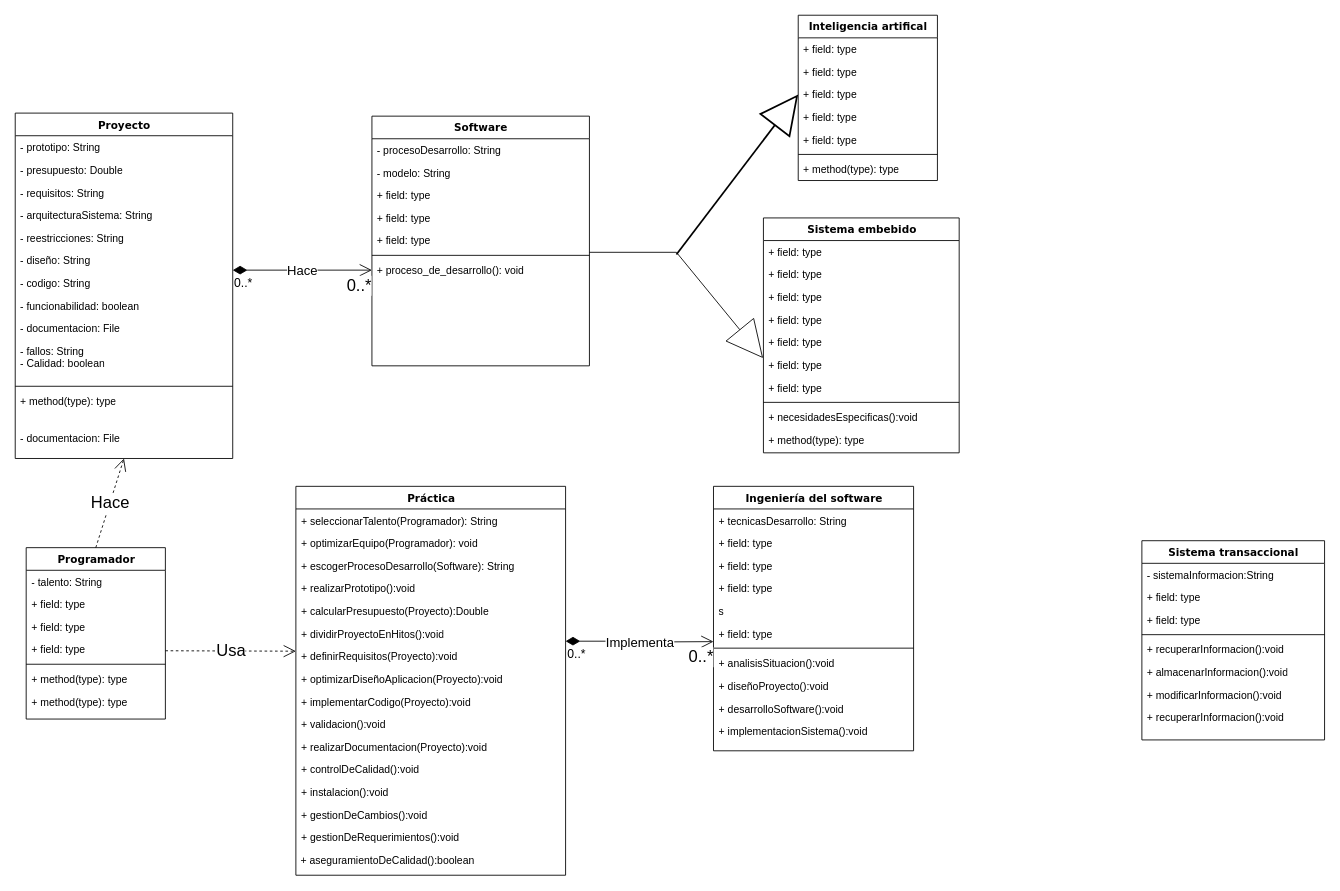
This is Untitled Diagram.drawio from NeutronBlast/IS-Ex, a draw.io file, before an edit. Source tidied: cells renumbered, new cells numbered last; positions are measured from the earlier drawing's top-left corner, leaving out a move shared by most shapes. Both pictures are drawn from the tidied source at 87%, with x=0, y=0 at pixel (15, 15).
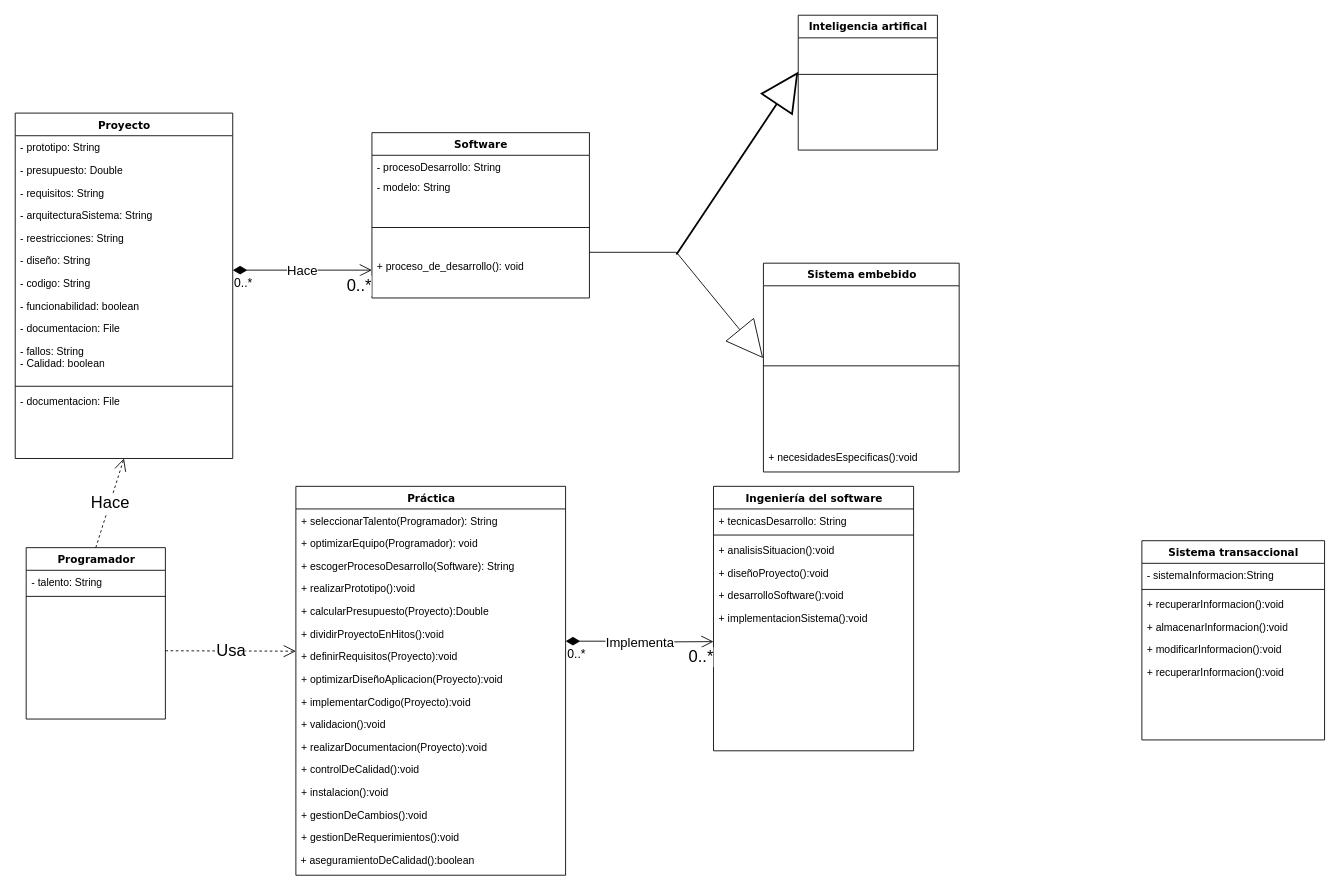
The same page after the edit.

Unchanged cells that the change refers to:
```xml
<mxCell id="27" value="Programador" style="swimlane;html=1;fontStyle=1;align=center;verticalAlign=top;horizontal=1;startSize=26;swimlaneFillColor=#ffffff;rounded=0;shadow=0;comic=0;labelBackgroundColor=none;strokeColor=#000000;strokeWidth=1;fillColor=none;fontFamily=Verdana;fontSize=12;fontColor=#000000;" parent="1" vertex="1">
  <mxGeometry x="12.6" y="612" width="160" height="197" as="geometry" />
</mxCell>
<mxCell id="35" value="Proyecto" style="swimlane;html=1;fontStyle=1;align=center;verticalAlign=top;horizontal=1;startSize=26;swimlaneFillColor=#ffffff;rounded=0;shadow=0;comic=0;labelBackgroundColor=none;strokeColor=#000000;strokeWidth=1;fillColor=none;fontFamily=Verdana;fontSize=12;fontColor=#000000;" parent="1" vertex="1">
  <mxGeometry y="112.5" width="250" height="397" as="geometry" />
</mxCell>
<mxCell id="49" value="Ingeniería del software" style="swimlane;html=1;fontStyle=1;align=center;verticalAlign=top;horizontal=1;startSize=26;swimlaneFillColor=#ffffff;rounded=0;shadow=0;comic=0;labelBackgroundColor=none;strokeColor=#000000;strokeWidth=1;fillColor=none;fontFamily=Verdana;fontSize=12;fontColor=#000000;" parent="1" vertex="1">
  <mxGeometry x="802.6" y="541.5" width="230" height="304" as="geometry" />
</mxCell>
<mxCell id="80" value="Sistema transaccional" style="swimlane;html=1;fontStyle=1;align=center;verticalAlign=top;horizontal=1;startSize=26;swimlaneFillColor=#ffffff;rounded=0;shadow=0;comic=0;labelBackgroundColor=none;strokeColor=#000000;strokeWidth=1;fillColor=none;fontFamily=Verdana;fontSize=12;fontColor=#000000;" parent="1" vertex="1">
  <mxGeometry x="1295" y="604" width="210" height="229" as="geometry" />
</mxCell>
```

The edit, as a diff of the source:
```diff
@@
     <mxCell id="2" value="Software&lt;br&gt;&lt;br&gt;" style="swimlane;html=1;fontStyle=1;align=center;verticalAlign=top;horizontal=1;startSize=26;swimlaneFillColor=#ffffff;rounded=0;shadow=0;comic=0;labelBackgroundColor=none;strokeColor=#000000;strokeWidth=1;fillColor=none;fontFamily=Verdana;fontSize=12;fontColor=#000000;" parent="1" vertex="1">
-      <mxGeometry x="410" y="116" width="250" height="287" as="geometry" />
+      <mxGeometry x="410" y="135" width="250" height="190" as="geometry" />
     </mxCell>
     <mxCell id="3" value="- procesoDesarrollo: String" style="text;html=1;strokeColor=none;fillColor=none;align=left;verticalAlign=top;spacingLeft=4;spacingRight=4;whiteSpace=wrap;overflow=hidden;" parent="2" vertex="1">
-      <mxGeometry y="26" width="250" height="26" as="geometry" />
+      <mxGeometry y="26" width="250" height="24" as="geometry" />
     </mxCell>
     <mxCell id="4" value="- modelo: String" style="text;html=1;strokeColor=none;fillColor=none;align=left;verticalAlign=top;spacingLeft=4;spacingRight=4;whiteSpace=wrap;overflow=hidden;" parent="2" vertex="1">
-      <mxGeometry y="52" width="250" height="26" as="geometry" />
+      <mxGeometry y="50" width="250" height="28" as="geometry" />
     </mxCell>
-    <mxCell id="5" value="+ field: type" style="text;html=1;strokeColor=none;fillColor=none;align=left;verticalAlign=top;spacingLeft=4;spacingRight=4;whiteSpace=wrap;overflow=hidden;" parent="2" vertex="1">
-      <mxGeometry y="78" width="250" height="26" as="geometry" />
-    </mxCell>
-    <mxCell id="6" value="+ field: type" style="text;html=1;strokeColor=none;fillColor=none;align=left;verticalAlign=top;spacingLeft=4;spacingRight=4;whiteSpace=wrap;overflow=hidden;" parent="2" vertex="1">
-      <mxGeometry y="104" width="250" height="26" as="geometry" />
-    </mxCell>
-    <mxCell id="7" value="+ field: type" style="text;html=1;strokeColor=none;fillColor=none;align=left;verticalAlign=top;spacingLeft=4;spacingRight=4;whiteSpace=wrap;overflow=hidden;" parent="2" vertex="1">
-      <mxGeometry y="130" width="250" height="26" as="geometry" />
-    </mxCell>
     <mxCell id="8" style="line;html=1;strokeWidth=1;fillColor=none;align=left;verticalAlign=middle;spacingTop=-1;spacingLeft=3;spacingRight=3;labelPosition=right;" parent="2" vertex="1">
-      <mxGeometry y="156" width="250" height="8" as="geometry" />
+      <mxGeometry y="78" width="250" height="62" as="geometry" />
     </mxCell>
     <mxCell id="9" value="+ proceso_de_desarrollo(): void&lt;br&gt;" style="text;html=1;strokeColor=none;fillColor=none;align=left;verticalAlign=top;spacingLeft=4;spacingRight=4;whiteSpace=wrap;overflow=hidden;" parent="2" vertex="1">
-      <mxGeometry y="164" width="250" height="26" as="geometry" />
+      <mxGeometry y="140" width="250" height="20" as="geometry" />
     </mxCell>
@@
-    <mxCell id="29" value="+ field: type" style="text;html=1;strokeColor=none;fillColor=none;align=left;verticalAlign=top;spacingLeft=4;spacingRight=4;whiteSpace=wrap;overflow=hidden;" parent="27" vertex="1">
-      <mxGeometry y="52" width="160" height="26" as="geometry" />
-    </mxCell>
-    <mxCell id="30" value="+ field: type" style="text;html=1;strokeColor=none;fillColor=none;align=left;verticalAlign=top;spacingLeft=4;spacingRight=4;whiteSpace=wrap;overflow=hidden;" parent="27" vertex="1">
-      <mxGeometry y="78" width="160" height="26" as="geometry" />
-    </mxCell>
-    <mxCell id="31" value="+ field: type" style="text;html=1;strokeColor=none;fillColor=none;align=left;verticalAlign=top;spacingLeft=4;spacingRight=4;whiteSpace=wrap;overflow=hidden;" parent="27" vertex="1">
-      <mxGeometry y="104" width="160" height="26" as="geometry" />
-    </mxCell>
     <mxCell id="32" style="line;html=1;strokeWidth=1;fillColor=none;align=left;verticalAlign=middle;spacingTop=-1;spacingLeft=3;spacingRight=3;labelPosition=right;" parent="27" vertex="1">
-      <mxGeometry y="130" width="160" height="8" as="geometry" />
+      <mxGeometry y="52" width="160" height="8" as="geometry" />
     </mxCell>
-    <mxCell id="33" value="+ method(type): type" style="text;html=1;strokeColor=none;fillColor=none;align=left;verticalAlign=top;spacingLeft=4;spacingRight=4;whiteSpace=wrap;overflow=hidden;" parent="27" vertex="1">
-      <mxGeometry y="138" width="160" height="26" as="geometry" />
-    </mxCell>
-    <mxCell id="34" value="+ method(type): type" style="text;html=1;strokeColor=none;fillColor=none;align=left;verticalAlign=top;spacingLeft=4;spacingRight=4;whiteSpace=wrap;overflow=hidden;" parent="27" vertex="1">
-      <mxGeometry y="164" width="160" height="26" as="geometry" />
-    </mxCell>
@@
-    <mxCell id="47" value="+ method(type): type" style="text;html=1;strokeColor=none;fillColor=none;align=left;verticalAlign=top;spacingLeft=4;spacingRight=4;whiteSpace=wrap;overflow=hidden;" parent="35" vertex="1">
-      <mxGeometry y="318" width="250" height="42" as="geometry" />
-    </mxCell>
     <mxCell id="48" value="- documentacion: File" style="text;html=1;strokeColor=none;fillColor=none;align=left;verticalAlign=top;spacingLeft=4;spacingRight=4;whiteSpace=wrap;overflow=hidden;" parent="35" vertex="1">
-      <mxGeometry y="360" width="250" height="26" as="geometry" />
+      <mxGeometry y="318" width="250" height="26" as="geometry" />
     </mxCell>
@@
-    <mxCell id="51" value="+ field: type" style="text;html=1;strokeColor=none;fillColor=none;align=left;verticalAlign=top;spacingLeft=4;spacingRight=4;whiteSpace=wrap;overflow=hidden;" parent="49" vertex="1">
-      <mxGeometry y="52" width="230" height="26" as="geometry" />
-    </mxCell>
-    <mxCell id="52" value="+ field: type" style="text;html=1;strokeColor=none;fillColor=none;align=left;verticalAlign=top;spacingLeft=4;spacingRight=4;whiteSpace=wrap;overflow=hidden;" parent="49" vertex="1">
-      <mxGeometry y="78" width="230" height="26" as="geometry" />
-    </mxCell>
-    <mxCell id="53" value="+ field: type" style="text;html=1;strokeColor=none;fillColor=none;align=left;verticalAlign=top;spacingLeft=4;spacingRight=4;whiteSpace=wrap;overflow=hidden;" parent="49" vertex="1">
-      <mxGeometry y="104" width="230" height="26" as="geometry" />
-    </mxCell>
-    <mxCell id="54" value="s&lt;br&gt;" style="text;html=1;strokeColor=none;fillColor=none;align=left;verticalAlign=top;spacingLeft=4;spacingRight=4;whiteSpace=wrap;overflow=hidden;" parent="49" vertex="1">
-      <mxGeometry y="130" width="230" height="26" as="geometry" />
-    </mxCell>
-    <mxCell id="55" value="+ field: type" style="text;html=1;strokeColor=none;fillColor=none;align=left;verticalAlign=top;spacingLeft=4;spacingRight=4;whiteSpace=wrap;overflow=hidden;" parent="49" vertex="1">
-      <mxGeometry y="156" width="230" height="26" as="geometry" />
-    </mxCell>
     <mxCell id="56" style="line;html=1;strokeWidth=1;fillColor=none;align=left;verticalAlign=middle;spacingTop=-1;spacingLeft=3;spacingRight=3;labelPosition=right;" parent="49" vertex="1">
-      <mxGeometry y="182" width="230" height="8" as="geometry" />
+      <mxGeometry y="52" width="230" height="8" as="geometry" />
     </mxCell>
     <mxCell id="57" value="+ analisisSituacion():void" style="text;html=1;strokeColor=none;fillColor=none;align=left;verticalAlign=top;spacingLeft=4;spacingRight=4;whiteSpace=wrap;overflow=hidden;" parent="49" vertex="1">
-      <mxGeometry y="190" width="230" height="26" as="geometry" />
+      <mxGeometry y="60" width="230" height="26" as="geometry" />
     </mxCell>
     <mxCell id="58" value="+ diseñoProyecto():void" style="text;html=1;strokeColor=none;fillColor=none;align=left;verticalAlign=top;spacingLeft=4;spacingRight=4;whiteSpace=wrap;overflow=hidden;" parent="49" vertex="1">
-      <mxGeometry y="216" width="230" height="26" as="geometry" />
+      <mxGeometry y="86" width="230" height="26" as="geometry" />
     </mxCell>
     <mxCell id="59" value="+ desarrolloSoftware():void" style="text;html=1;strokeColor=none;fillColor=none;align=left;verticalAlign=top;spacingLeft=4;spacingRight=4;whiteSpace=wrap;overflow=hidden;" parent="49" vertex="1">
-      <mxGeometry y="242" width="230" height="26" as="geometry" />
+      <mxGeometry y="112" width="230" height="26" as="geometry" />
     </mxCell>
     <mxCell id="60" value="+ implementacionSistema():void" style="text;html=1;strokeColor=none;fillColor=none;align=left;verticalAlign=top;spacingLeft=4;spacingRight=4;whiteSpace=wrap;overflow=hidden;" parent="49" vertex="1">
-      <mxGeometry y="268" width="230" height="26" as="geometry" />
+      <mxGeometry y="138" width="230" height="26" as="geometry" />
     </mxCell>
     <mxCell id="61" value="Sistema embebido" style="swimlane;html=1;fontStyle=1;align=center;verticalAlign=top;horizontal=1;startSize=26;swimlaneFillColor=#ffffff;rounded=0;shadow=0;comic=0;labelBackgroundColor=none;strokeColor=#000000;strokeWidth=1;fillColor=none;fontFamily=Verdana;fontSize=12;fontColor=#000000;" parent="1" vertex="1">
-      <mxGeometry x="860" y="233" width="225" height="270" as="geometry" />
+      <mxGeometry x="860" y="285" width="225" height="240" as="geometry" />
     </mxCell>
-    <mxCell id="62" value="+ field: type" style="text;html=1;strokeColor=none;fillColor=none;align=left;verticalAlign=top;spacingLeft=4;spacingRight=4;whiteSpace=wrap;overflow=hidden;" parent="61" vertex="1">
-      <mxGeometry y="26" width="225" height="26" as="geometry" />
-    </mxCell>
-    <mxCell id="63" value="+ field: type" style="text;html=1;strokeColor=none;fillColor=none;align=left;verticalAlign=top;spacingLeft=4;spacingRight=4;whiteSpace=wrap;overflow=hidden;" parent="61" vertex="1">
-      <mxGeometry y="52" width="225" height="26" as="geometry" />
-    </mxCell>
-    <mxCell id="64" value="+ field: type" style="text;html=1;strokeColor=none;fillColor=none;align=left;verticalAlign=top;spacingLeft=4;spacingRight=4;whiteSpace=wrap;overflow=hidden;" parent="61" vertex="1">
-      <mxGeometry y="78" width="225" height="26" as="geometry" />
-    </mxCell>
-    <mxCell id="65" value="+ field: type" style="text;html=1;strokeColor=none;fillColor=none;align=left;verticalAlign=top;spacingLeft=4;spacingRight=4;whiteSpace=wrap;overflow=hidden;" parent="61" vertex="1">
-      <mxGeometry y="104" width="225" height="26" as="geometry" />
-    </mxCell>
-    <mxCell id="66" value="+ field: type" style="text;html=1;strokeColor=none;fillColor=none;align=left;verticalAlign=top;spacingLeft=4;spacingRight=4;whiteSpace=wrap;overflow=hidden;" parent="61" vertex="1">
-      <mxGeometry y="130" width="225" height="26" as="geometry" />
-    </mxCell>
-    <mxCell id="67" value="+ field: type" style="text;html=1;strokeColor=none;fillColor=none;align=left;verticalAlign=top;spacingLeft=4;spacingRight=4;whiteSpace=wrap;overflow=hidden;" parent="61" vertex="1">
-      <mxGeometry y="156" width="225" height="26" as="geometry" />
-    </mxCell>
-    <mxCell id="68" value="+ field: type" style="text;html=1;strokeColor=none;fillColor=none;align=left;verticalAlign=top;spacingLeft=4;spacingRight=4;whiteSpace=wrap;overflow=hidden;" parent="61" vertex="1">
-      <mxGeometry y="182" width="225" height="26" as="geometry" />
-    </mxCell>
     <mxCell id="69" style="line;html=1;strokeWidth=1;fillColor=none;align=left;verticalAlign=middle;spacingTop=-1;spacingLeft=3;spacingRight=3;labelPosition=right;" parent="61" vertex="1">
-      <mxGeometry y="208" width="225" height="8" as="geometry" />
+      <mxGeometry y="26" width="225" height="184" as="geometry" />
     </mxCell>
     <mxCell id="70" value="+ necesidadesEspecificas():void" style="text;html=1;strokeColor=none;fillColor=none;align=left;verticalAlign=top;spacingLeft=4;spacingRight=4;whiteSpace=wrap;overflow=hidden;" parent="61" vertex="1">
-      <mxGeometry y="216" width="225" height="26" as="geometry" />
+      <mxGeometry y="210" width="225" height="30" as="geometry" />
     </mxCell>
-    <mxCell id="71" value="+ method(type): type" style="text;html=1;strokeColor=none;fillColor=none;align=left;verticalAlign=top;spacingLeft=4;spacingRight=4;whiteSpace=wrap;overflow=hidden;" parent="61" vertex="1">
-      <mxGeometry y="242" width="225" height="26" as="geometry" />
-    </mxCell>
     <mxCell id="72" value="Inteligencia artifical" style="swimlane;html=1;fontStyle=1;align=center;verticalAlign=top;horizontal=1;startSize=26;swimlaneFillColor=#ffffff;rounded=0;shadow=0;comic=0;labelBackgroundColor=none;strokeColor=#000000;strokeWidth=1;fillColor=none;fontFamily=Verdana;fontSize=12;fontColor=#000000;" parent="1" vertex="1">
-      <mxGeometry x="900" width="160" height="190" as="geometry" />
+      <mxGeometry x="900" width="160" height="155" as="geometry" />
     </mxCell>
-    <mxCell id="73" value="+ field: type" style="text;html=1;strokeColor=none;fillColor=none;align=left;verticalAlign=top;spacingLeft=4;spacingRight=4;whiteSpace=wrap;overflow=hidden;" parent="72" vertex="1">
-      <mxGeometry y="26" width="160" height="26" as="geometry" />
-    </mxCell>
-    <mxCell id="74" value="+ field: type" style="text;html=1;strokeColor=none;fillColor=none;align=left;verticalAlign=top;spacingLeft=4;spacingRight=4;whiteSpace=wrap;overflow=hidden;" parent="72" vertex="1">
-      <mxGeometry y="52" width="160" height="26" as="geometry" />
-    </mxCell>
-    <mxCell id="75" value="+ field: type" style="text;html=1;strokeColor=none;fillColor=none;align=left;verticalAlign=top;spacingLeft=4;spacingRight=4;whiteSpace=wrap;overflow=hidden;points=[[0,0.5],[1,0.5]];portConstraint=eastwest;" parent="72" vertex="1">
-      <mxGeometry y="78" width="160" height="26" as="geometry" />
-    </mxCell>
-    <mxCell id="76" value="+ field: type" style="text;html=1;strokeColor=none;fillColor=none;align=left;verticalAlign=top;spacingLeft=4;spacingRight=4;whiteSpace=wrap;overflow=hidden;" parent="72" vertex="1">
-      <mxGeometry y="104" width="160" height="26" as="geometry" />
-    </mxCell>
-    <mxCell id="77" value="+ field: type" style="text;html=1;strokeColor=none;fillColor=none;align=left;verticalAlign=top;spacingLeft=4;spacingRight=4;whiteSpace=wrap;overflow=hidden;" parent="72" vertex="1">
-      <mxGeometry y="130" width="160" height="26" as="geometry" />
-    </mxCell>
     <mxCell id="78" style="line;html=1;strokeWidth=1;fillColor=none;align=left;verticalAlign=middle;spacingTop=-1;spacingLeft=3;spacingRight=3;labelPosition=right;" parent="72" vertex="1">
-      <mxGeometry y="156" width="160" height="8" as="geometry" />
+      <mxGeometry y="26" width="160" height="84" as="geometry" />
     </mxCell>
-    <mxCell id="79" value="+ method(type): type" style="text;html=1;strokeColor=none;fillColor=none;align=left;verticalAlign=top;spacingLeft=4;spacingRight=4;whiteSpace=wrap;overflow=hidden;" parent="72" vertex="1">
-      <mxGeometry y="164" width="160" height="26" as="geometry" />
-    </mxCell>
@@
-    <mxCell id="82" value="+ field: type" style="text;html=1;strokeColor=none;fillColor=none;align=left;verticalAlign=top;spacingLeft=4;spacingRight=4;whiteSpace=wrap;overflow=hidden;" parent="80" vertex="1">
-      <mxGeometry y="52" width="210" height="26" as="geometry" />
-    </mxCell>
-    <mxCell id="83" value="+ field: type" style="text;html=1;strokeColor=none;fillColor=none;align=left;verticalAlign=top;spacingLeft=4;spacingRight=4;whiteSpace=wrap;overflow=hidden;" parent="80" vertex="1">
-      <mxGeometry y="78" width="210" height="26" as="geometry" />
-    </mxCell>
     <mxCell id="84" style="line;html=1;strokeWidth=1;fillColor=none;align=left;verticalAlign=middle;spacingTop=-1;spacingLeft=3;spacingRight=3;labelPosition=right;" parent="80" vertex="1">
-      <mxGeometry y="104" width="210" height="8" as="geometry" />
+      <mxGeometry y="52" width="210" height="8" as="geometry" />
     </mxCell>
     <mxCell id="85" value="+ recuperarInformacion():void" style="text;html=1;strokeColor=none;fillColor=none;align=left;verticalAlign=top;spacingLeft=4;spacingRight=4;whiteSpace=wrap;overflow=hidden;" parent="80" vertex="1">
-      <mxGeometry y="112" width="210" height="26" as="geometry" />
+      <mxGeometry y="60" width="210" height="26" as="geometry" />
     </mxCell>
     <mxCell id="86" value="+ almacenarInformacion():void" style="text;html=1;strokeColor=none;fillColor=none;align=left;verticalAlign=top;spacingLeft=4;spacingRight=4;whiteSpace=wrap;overflow=hidden;" parent="80" vertex="1">
-      <mxGeometry y="138" width="210" height="26" as="geometry" />
+      <mxGeometry y="86" width="210" height="26" as="geometry" />
     </mxCell>
     <mxCell id="87" value="+ modificarInformacion():void" style="text;html=1;strokeColor=none;fillColor=none;align=left;verticalAlign=top;spacingLeft=4;spacingRight=4;whiteSpace=wrap;overflow=hidden;" parent="80" vertex="1">
-      <mxGeometry y="164" width="210" height="26" as="geometry" />
+      <mxGeometry y="112" width="210" height="26" as="geometry" />
     </mxCell>
     <mxCell id="88" value="+ recuperarInformacion():void" style="text;html=1;strokeColor=none;fillColor=none;align=left;verticalAlign=top;spacingLeft=4;spacingRight=4;whiteSpace=wrap;overflow=hidden;" parent="80" vertex="1">
-      <mxGeometry y="190" width="210" height="26" as="geometry" />
+      <mxGeometry y="138" width="210" height="26" as="geometry" />
     </mxCell>
@@
-    <mxCell id="98" style="endArrow=block;endFill=0;endSize=40;html=1;shadow=0;strokeColor=#000000;fontSize=19;rounded=0;jumpSize=0;entryX=0;entryY=0.5;entryDx=0;entryDy=0;strokeWidth=2;startSize=22;sourcePerimeterSpacing=9;" parent="1" edge="1" target="75">
+    <mxCell id="98" style="endArrow=block;endFill=0;endSize=40;html=1;shadow=0;strokeColor=#000000;fontSize=19;rounded=0;jumpSize=0;entryX=0;entryY=0.5;entryDx=0;entryDy=0;strokeWidth=2;startSize=22;sourcePerimeterSpacing=9;" parent="1" edge="1">
       <mxGeometry relative="1" as="geometry">
         <mxPoint x="760" y="275" as="sourcePoint" />
+        <mxPoint x="900" y="65" as="targetPoint" />
       </mxGeometry>
     </mxCell>
```
